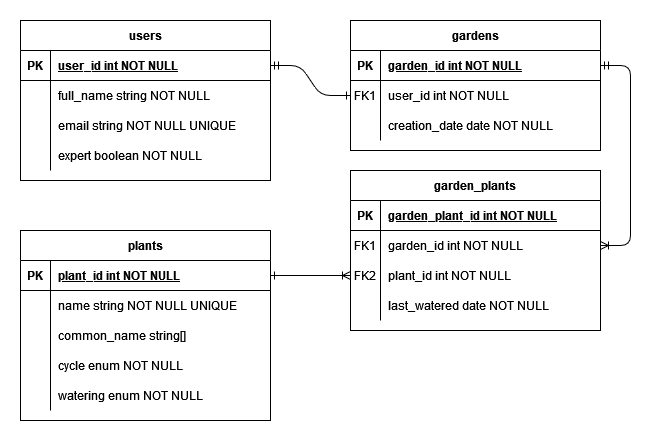
Before: docs/er-diagram.png, a diagram exported from draw.io (willr42/coder-t2a2). Source tidied: cells renumbered, new cells last; positions are measured from the earlier drawing's top-left corner, leaving out a move shared by most shapes.
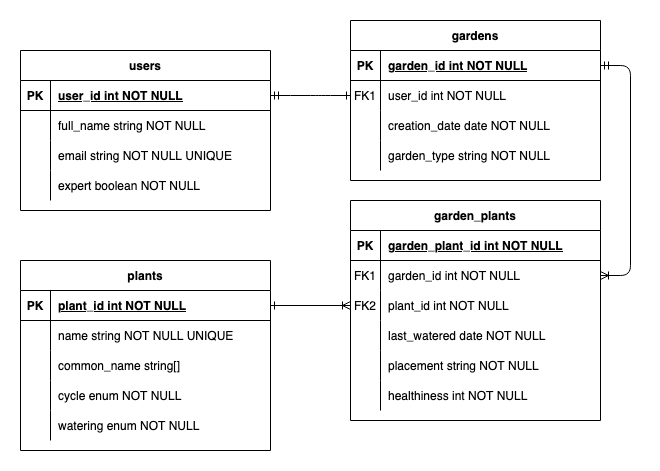
After the commit.

Commit message:
docs: update ERD with new fields

The edit, as a diff of the source:
```diff
@@ -9,7 +9,7 @@
       <mxGeometry relative="1" as="geometry" />
     </mxCell>
     <mxCell id="4" value="gardens" style="shape=table;startSize=30;rowLines=0;fontStyle=1;align=center;" parent="1" vertex="1">
-      <mxGeometry x="330" width="250" height="130" as="geometry" />
+      <mxGeometry x="330" y="-30" width="250" height="160" as="geometry" />
     </mxCell>
     <mxCell id="5" style="shape=partialRectangle;fillColor=none;points=[[0,0.5],[1,0.5]];portConstraint=eastwest;top=0;left=0;right=0;bottom=1;" parent="4" vertex="1">
       <mxGeometry y="30" width="250" height="30" as="geometry" />
@@ -38,8 +38,17 @@
     <mxCell id="13" value="creation_date date NOT NULL" style="shape=partialRectangle;overflow=hidden;fillColor=none;top=0;left=0;bottom=0;right=0;align=left;spacingLeft=6;" parent="11" vertex="1">
       <mxGeometry x="30" width="220" height="30" as="geometry" />
     </mxCell>
+    <mxCell id="57" style="shape=partialRectangle;fillColor=none;top=0;left=0;right=0;bottom=0;" parent="4" vertex="1">
+      <mxGeometry y="120" width="250" height="30" as="geometry" />
+    </mxCell>
+    <mxCell id="58" style="shape=partialRectangle;overflow=hidden;fillColor=none;top=0;left=0;bottom=0;right=0;" parent="57" vertex="1">
+      <mxGeometry width="30" height="30" as="geometry" />
+    </mxCell>
+    <mxCell id="59" value="garden_type string NOT NULL" style="shape=partialRectangle;overflow=hidden;fillColor=none;top=0;left=0;bottom=0;right=0;align=left;spacingLeft=6;" parent="57" vertex="1">
+      <mxGeometry x="30" width="220" height="30" as="geometry" />
+    </mxCell>
     <mxCell id="14" value="garden_plants" style="shape=table;startSize=30;rowLines=0;fontStyle=1;align=center;" parent="1" vertex="1">
-      <mxGeometry x="330" y="150" width="250" height="160" as="geometry" />
+      <mxGeometry x="330" y="150" width="250" height="220" as="geometry" />
     </mxCell>
     <mxCell id="15" style="shape=partialRectangle;fillColor=none;top=0;left=0;right=0;bottom=1;" parent="14" vertex="1">
       <mxGeometry y="30" width="250" height="30" as="geometry" />
@@ -77,6 +86,24 @@
     <mxCell id="26" value="last_watered date NOT NULL" style="shape=partialRectangle;overflow=hidden;fillColor=none;top=0;left=0;bottom=0;right=0;align=left;spacingLeft=6;" parent="24" vertex="1">
       <mxGeometry x="30" width="220" height="30" as="geometry" />
     </mxCell>
+    <mxCell id="60" style="shape=partialRectangle;fillColor=none;top=0;left=0;right=0;bottom=0;" parent="14" vertex="1">
+      <mxGeometry y="150" width="250" height="30" as="geometry" />
+    </mxCell>
+    <mxCell id="61" style="shape=partialRectangle;overflow=hidden;fillColor=none;top=0;left=0;bottom=0;right=0;" parent="60" vertex="1">
+      <mxGeometry width="30" height="30" as="geometry" />
+    </mxCell>
+    <mxCell id="62" value="placement string NOT NULL" style="shape=partialRectangle;overflow=hidden;fillColor=none;top=0;left=0;bottom=0;right=0;align=left;spacingLeft=6;" parent="60" vertex="1">
+      <mxGeometry x="30" width="220" height="30" as="geometry" />
+    </mxCell>
+    <mxCell id="63" style="shape=partialRectangle;fillColor=none;top=0;left=0;right=0;bottom=0;" parent="14" vertex="1">
+      <mxGeometry y="180" width="250" height="30" as="geometry" />
+    </mxCell>
+    <mxCell id="64" style="shape=partialRectangle;overflow=hidden;fillColor=none;top=0;left=0;bottom=0;right=0;" parent="63" vertex="1">
+      <mxGeometry width="30" height="30" as="geometry" />
+    </mxCell>
+    <mxCell id="65" value="healthiness int NOT NULL" style="shape=partialRectangle;overflow=hidden;fillColor=none;top=0;left=0;bottom=0;right=0;align=left;spacingLeft=6;" parent="63" vertex="1">
+      <mxGeometry x="30" width="220" height="30" as="geometry" />
+    </mxCell>
     <mxCell id="27" value="users" style="shape=table;startSize=30;rowLines=0;fontStyle=1;align=center;" parent="1" vertex="1">
       <mxGeometry width="250" height="160" as="geometry" />
     </mxCell>
```
